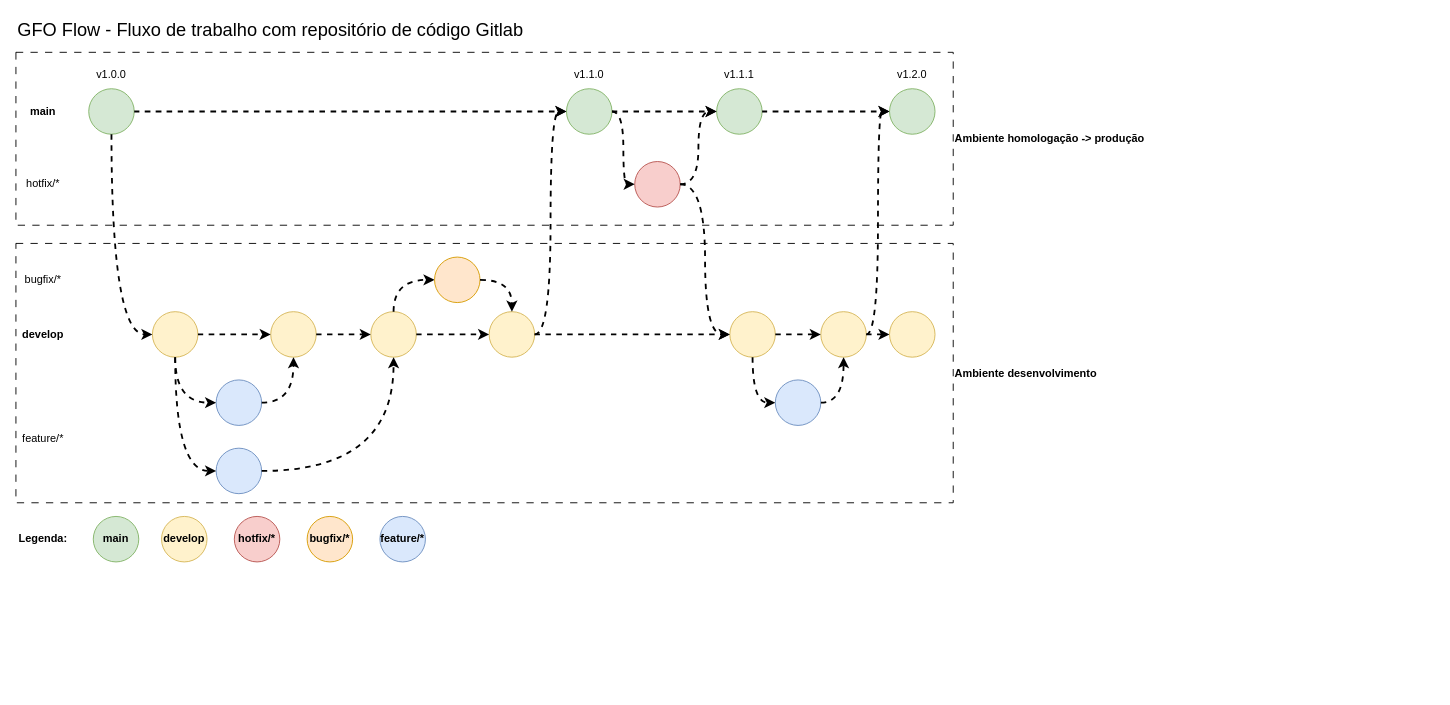
vitorecdias/drawio keeps this draw.io diagram as drawio/definição do fluxo de trabalho git.drawio. Above is the earlier version. Source tidied: cells renumbered, new cells numbered last; positions are measured from the earlier drawing's top-left corner, leaving out a move shared by most shapes. Both pictures are drawn from the tidied source at 91%, with x=0, y=0 at pixel (15, 15).
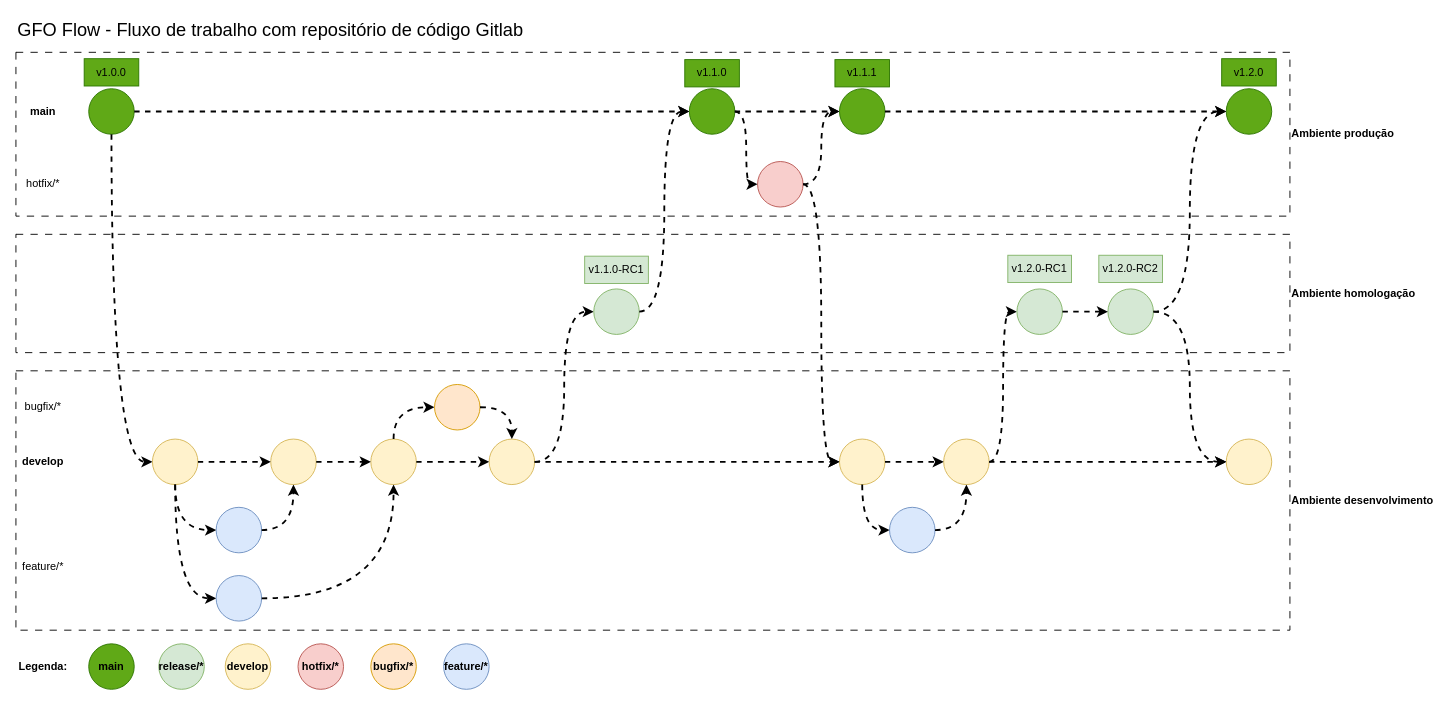
Above is the later version.

What changed in the source:
```diff
@@
+    <mxCell id="59" value="&lt;b&gt;Ambiente homologação&lt;/b&gt;" style="rounded=0;whiteSpace=wrap;html=1;fillColor=none;dashed=1;dashPattern=8 8;labelPosition=right;verticalLabelPosition=middle;align=left;verticalAlign=middle;" parent="1" vertex="1">
+      <mxGeometry y="240" width="1400" height="130" as="geometry" />
+    </mxCell>
-    <mxCell id="2" value="&lt;b&gt;Ambiente homologação -&amp;gt; produção&lt;/b&gt;" style="rounded=0;whiteSpace=wrap;html=1;fillColor=none;dashed=1;dashPattern=8 8;labelPosition=right;verticalLabelPosition=middle;align=left;verticalAlign=middle;" parent="1" vertex="1">
-      <mxGeometry y="40" width="1030" height="190" as="geometry" />
+    <mxCell id="2" value="&lt;b&gt;Ambiente produção&lt;/b&gt;" style="rounded=0;whiteSpace=wrap;html=1;fillColor=none;dashed=1;dashPattern=8 8;labelPosition=right;verticalLabelPosition=middle;align=left;verticalAlign=middle;" parent="1" vertex="1">
+      <mxGeometry y="40" width="1400" height="180" as="geometry" />
     </mxCell>
     <mxCell id="3" value="&lt;b&gt;Ambiente desenvolvimento&lt;/b&gt;" style="rounded=0;whiteSpace=wrap;html=1;fillColor=none;dashed=1;dashPattern=8 8;labelPosition=right;verticalLabelPosition=middle;align=left;verticalAlign=middle;" parent="1" vertex="1">
-      <mxGeometry y="250" width="1030" height="285" as="geometry" />
+      <mxGeometry y="390" width="1400" height="285" as="geometry" />
     </mxCell>
-    <mxCell id="4" style="ellipse;whiteSpace=wrap;html=1;fillColor=#d5e8d4;strokeColor=#82b366;" parent="1" vertex="1">
+    <mxCell id="4" style="ellipse;whiteSpace=wrap;html=1;fillColor=#60a917;strokeColor=#2D7600;fontColor=#ffffff;" parent="1" vertex="1">
       <mxGeometry x="80" y="80" width="50" height="50" as="geometry" />
     </mxCell>
     <mxCell id="5" style="ellipse;whiteSpace=wrap;html=1;fillColor=#fff2cc;strokeColor=#d6b656;" parent="1" vertex="1">
-      <mxGeometry x="150" y="325" width="50" height="50" as="geometry" />
+      <mxGeometry x="150" y="465" width="50" height="50" as="geometry" />
     </mxCell>
@@
     <mxCell id="7" value="&lt;b&gt;develop&lt;/b&gt;" style="text;html=1;align=center;verticalAlign=middle;whiteSpace=wrap;rounded=0;" parent="1" vertex="1">
-      <mxGeometry y="335" width="60" height="30" as="geometry" />
+      <mxGeometry y="475" width="60" height="30" as="geometry" />
     </mxCell>
@@
     <mxCell id="9" style="ellipse;whiteSpace=wrap;html=1;fillColor=#dae8fc;strokeColor=#6c8ebf;" parent="1" vertex="1">
-      <mxGeometry x="220" y="400" width="50" height="50" as="geometry" />
+      <mxGeometry x="220" y="540" width="50" height="50" as="geometry" />
     </mxCell>
     <mxCell id="10" value="feature/*" style="text;html=1;align=center;verticalAlign=middle;whiteSpace=wrap;rounded=0;" parent="1" vertex="1">
-      <mxGeometry y="450" width="60" height="30" as="geometry" />
+      <mxGeometry y="590" width="60" height="30" as="geometry" />
     </mxCell>
@@
     <mxCell id="12" style="ellipse;whiteSpace=wrap;html=1;fillColor=#dae8fc;strokeColor=#6c8ebf;" parent="1" vertex="1">
-      <mxGeometry x="220" y="475" width="50" height="50" as="geometry" />
+      <mxGeometry x="220" y="615" width="50" height="50" as="geometry" />
     </mxCell>
@@
     <mxCell id="14" style="ellipse;whiteSpace=wrap;html=1;fillColor=#fff2cc;strokeColor=#d6b656;" parent="1" vertex="1">
-      <mxGeometry x="280" y="325" width="50" height="50" as="geometry" />
+      <mxGeometry x="280" y="465" width="50" height="50" as="geometry" />
     </mxCell>
@@
     <mxCell id="17" style="ellipse;whiteSpace=wrap;html=1;fillColor=#fff2cc;strokeColor=#d6b656;" parent="1" vertex="1">
-      <mxGeometry x="390" y="325" width="50" height="50" as="geometry" />
+      <mxGeometry x="390" y="465" width="50" height="50" as="geometry" />
     </mxCell>
@@
     <mxCell id="20" style="ellipse;whiteSpace=wrap;html=1;fillColor=#fff2cc;strokeColor=#d6b656;" parent="1" vertex="1">
-      <mxGeometry x="784.5" y="325" width="50" height="50" as="geometry" />
+      <mxGeometry x="905" y="465" width="50" height="50" as="geometry" />
     </mxCell>
@@
     <mxCell id="22" style="ellipse;whiteSpace=wrap;html=1;fillColor=#ffe6cc;strokeColor=#d79b00;" parent="1" vertex="1">
-      <mxGeometry x="460" y="265" width="50" height="50" as="geometry" />
+      <mxGeometry x="460" y="405" width="50" height="50" as="geometry" />
     </mxCell>
     <mxCell id="23" value="bugfix/*" style="text;html=1;align=center;verticalAlign=middle;whiteSpace=wrap;rounded=0;" parent="1" vertex="1">
-      <mxGeometry y="275" width="60" height="30" as="geometry" />
+      <mxGeometry y="415" width="60" height="30" as="geometry" />
     </mxCell>
     <mxCell id="24" style="ellipse;whiteSpace=wrap;html=1;fillColor=#f8cecc;strokeColor=#b85450;" parent="1" vertex="1">
-      <mxGeometry x="680" y="160" width="50" height="50" as="geometry" />
+      <mxGeometry x="815" y="160" width="50" height="50" as="geometry" />
     </mxCell>
@@
-    <mxCell id="26" style="ellipse;whiteSpace=wrap;html=1;fillColor=#d5e8d4;strokeColor=#82b366;" parent="1" vertex="1">
-      <mxGeometry x="770" y="80" width="50" height="50" as="geometry" />
+    <mxCell id="26" style="ellipse;whiteSpace=wrap;html=1;fillColor=#60a917;strokeColor=#2D7600;fontColor=#ffffff;" parent="1" vertex="1">
+      <mxGeometry x="905" y="80" width="50" height="50" as="geometry" />
     </mxCell>
@@
-    <mxCell id="28" style="ellipse;whiteSpace=wrap;html=1;fillColor=#d5e8d4;strokeColor=#82b366;" parent="1" vertex="1">
-      <mxGeometry x="960" y="80" width="50" height="50" as="geometry" />
+    <mxCell id="28" style="ellipse;whiteSpace=wrap;html=1;fillColor=#60a917;strokeColor=#2D7600;fontColor=#ffffff;" parent="1" vertex="1">
+      <mxGeometry x="1330" y="80" width="50" height="50" as="geometry" />
     </mxCell>
     <mxCell id="29" style="ellipse;whiteSpace=wrap;html=1;fillColor=#fff2cc;strokeColor=#d6b656;" parent="1" vertex="1">
-      <mxGeometry x="884.5" y="325" width="50" height="50" as="geometry" />
+      <mxGeometry x="1019.5" y="465" width="50" height="50" as="geometry" />
     </mxCell>
-    <mxCell id="30" value="v1.0.0" style="text;html=1;align=center;verticalAlign=middle;whiteSpace=wrap;rounded=0;" parent="1" vertex="1">
-      <mxGeometry x="75" y="50" width="60" height="30" as="geometry" />
+    <mxCell id="30" value="v1.0.0" style="text;html=1;align=center;verticalAlign=middle;whiteSpace=wrap;rounded=0;strokeColor=#2D7600;fillColor=#60a917;fontColor=#000000;" parent="1" vertex="1">
+      <mxGeometry x="75" y="47" width="60" height="30" as="geometry" />
     </mxCell>
-    <mxCell id="31" value="v1.1.0" style="text;html=1;align=center;verticalAlign=middle;whiteSpace=wrap;rounded=0;" parent="1" vertex="1">
-      <mxGeometry x="600" y="50" width="60" height="30" as="geometry" />
+    <mxCell id="31" value="v1.1.0" style="text;html=1;align=center;verticalAlign=middle;whiteSpace=wrap;rounded=0;strokeColor=#2D7600;fillColor=#60a917;fontColor=#000000;" parent="1" vertex="1">
+      <mxGeometry x="735" y="48" width="60" height="30" as="geometry" />
     </mxCell>
-    <mxCell id="32" style="endArrow=classic;html=1;rounded=0;exitX=1;exitY=0.5;exitDx=0;exitDy=0;edgeStyle=orthogonalEdgeStyle;curved=1;strokeWidth=2;dashed=1;entryX=0;entryY=0.5;entryDx=0;entryDy=0;" parent="1" edge="1" source="29" target="28">
+    <mxCell id="32" style="endArrow=classic;html=1;rounded=0;exitX=1;exitY=0.5;exitDx=0;exitDy=0;edgeStyle=orthogonalEdgeStyle;curved=1;strokeWidth=2;dashed=1;entryX=0;entryY=0.5;entryDx=0;entryDy=0;" parent="1" edge="1" source="29" target="64">
       <mxGeometry relative="1" as="geometry" />
     </mxCell>
-    <mxCell id="33" style="ellipse;whiteSpace=wrap;html=1;fillColor=#d5e8d4;strokeColor=#82b366;" parent="1" vertex="1">
-      <mxGeometry x="605" y="80" width="50" height="50" as="geometry" />
+    <mxCell id="33" style="ellipse;whiteSpace=wrap;html=1;fillColor=#60a917;strokeColor=#2D7600;fontColor=#ffffff;" parent="1" vertex="1">
+      <mxGeometry x="740" y="80" width="50" height="50" as="geometry" />
     </mxCell>
     <mxCell id="34" style="ellipse;whiteSpace=wrap;html=1;fillColor=#fff2cc;strokeColor=#d6b656;" parent="1" vertex="1">
-      <mxGeometry x="520" y="325" width="50" height="50" as="geometry" />
+      <mxGeometry x="520" y="465" width="50" height="50" as="geometry" />
     </mxCell>
@@
-    <mxCell id="36" style="endArrow=classic;html=1;rounded=0;exitX=1;exitY=0.5;exitDx=0;exitDy=0;edgeStyle=orthogonalEdgeStyle;curved=1;strokeWidth=2;dashed=1;entryX=0;entryY=0.5;entryDx=0;entryDy=0;" parent="1" edge="1" source="34" target="33">
+    <mxCell id="36" style="endArrow=classic;html=1;rounded=0;exitX=1;exitY=0.5;exitDx=0;exitDy=0;edgeStyle=orthogonalEdgeStyle;curved=1;strokeWidth=2;dashed=1;entryX=0;entryY=0.5;entryDx=0;entryDy=0;" parent="1" edge="1" source="34" target="60">
       <mxGeometry relative="1" as="geometry" />
     </mxCell>
-    <mxCell id="37" value="v1.1.1" style="text;html=1;align=center;verticalAlign=middle;whiteSpace=wrap;rounded=0;" parent="1" vertex="1">
-      <mxGeometry x="765" y="50" width="60" height="30" as="geometry" />
+    <mxCell id="37" value="v1.1.1" style="text;html=1;align=center;verticalAlign=middle;whiteSpace=wrap;rounded=0;strokeColor=#2D7600;fillColor=#60a917;fontColor=#000000;" parent="1" vertex="1">
+      <mxGeometry x="900" y="48" width="60" height="30" as="geometry" />
     </mxCell>
@@
     <mxCell id="41" style="ellipse;whiteSpace=wrap;html=1;fillColor=#dae8fc;strokeColor=#6c8ebf;" parent="1" vertex="1">
-      <mxGeometry x="834.5" y="400" width="50" height="50" as="geometry" />
+      <mxGeometry x="960" y="540" width="50" height="50" as="geometry" />
     </mxCell>
@@
-    <mxCell id="44" value="v1.2.0" style="text;html=1;align=center;verticalAlign=middle;whiteSpace=wrap;rounded=0;" parent="1" vertex="1">
-      <mxGeometry x="955" y="50" width="60" height="30" as="geometry" />
+    <mxCell id="44" value="v1.2.0" style="text;html=1;align=center;verticalAlign=middle;whiteSpace=wrap;rounded=0;strokeColor=#2D7600;fillColor=#60a917;fontColor=#000000;" parent="1" vertex="1">
+      <mxGeometry x="1325" y="47" width="60" height="30" as="geometry" />
     </mxCell>
@@
-    <mxCell id="50" value="&lt;b&gt;main&lt;/b&gt;" style="ellipse;whiteSpace=wrap;html=1;fillColor=#d5e8d4;strokeColor=#82b366;" parent="1" vertex="1">
-      <mxGeometry x="85" y="550" width="50" height="50" as="geometry" />
+    <mxCell id="50" value="&lt;b&gt;release/*&lt;/b&gt;" style="ellipse;whiteSpace=wrap;html=1;fillColor=#d5e8d4;strokeColor=#82b366;" parent="1" vertex="1">
+      <mxGeometry x="157" y="690" width="50" height="50" as="geometry" />
     </mxCell>
     <mxCell id="51" value="&lt;b&gt;hotfix/*&lt;/b&gt;" style="ellipse;whiteSpace=wrap;html=1;fillColor=#f8cecc;strokeColor=#b85450;" parent="1" vertex="1">
-      <mxGeometry x="240" y="550" width="50" height="50" as="geometry" />
+      <mxGeometry x="310" y="690" width="50" height="50" as="geometry" />
     </mxCell>
     <mxCell id="52" value="&lt;b&gt;develop&lt;/b&gt;" style="ellipse;whiteSpace=wrap;html=1;fillColor=#fff2cc;strokeColor=#d6b656;" parent="1" vertex="1">
-      <mxGeometry x="160" y="550" width="50" height="50" as="geometry" />
+      <mxGeometry x="230" y="690" width="50" height="50" as="geometry" />
     </mxCell>
     <mxCell id="53" value="&lt;b&gt;Legenda:&lt;/b&gt;" style="text;html=1;align=center;verticalAlign=middle;whiteSpace=wrap;rounded=0;" parent="1" vertex="1">
-      <mxGeometry y="560" width="60" height="30" as="geometry" />
+      <mxGeometry y="700" width="60" height="30" as="geometry" />
     </mxCell>
     <mxCell id="54" value="&lt;b&gt;bugfix/*&lt;/b&gt;" style="ellipse;whiteSpace=wrap;html=1;fillColor=#ffe6cc;strokeColor=#d79b00;" parent="1" vertex="1">
-      <mxGeometry x="320" y="550" width="50" height="50" as="geometry" />
+      <mxGeometry x="390" y="690" width="50" height="50" as="geometry" />
     </mxCell>
     <mxCell id="55" value="&lt;b&gt;feature/*&lt;/b&gt;" style="ellipse;whiteSpace=wrap;html=1;fillColor=#dae8fc;strokeColor=#6c8ebf;" parent="1" vertex="1">
-      <mxGeometry x="400" y="550" width="50" height="50" as="geometry" />
+      <mxGeometry x="470" y="690" width="50" height="50" as="geometry" />
     </mxCell>
     <mxCell id="56" style="ellipse;whiteSpace=wrap;html=1;fillColor=#fff2cc;strokeColor=#d6b656;" parent="1" vertex="1">
-      <mxGeometry x="960" y="325" width="50" height="50" as="geometry" />
+      <mxGeometry x="1330" y="465" width="50" height="50" as="geometry" />
     </mxCell>
@@
+    <mxCell id="60" style="ellipse;whiteSpace=wrap;html=1;fillColor=#d5e8d4;strokeColor=#82b366;" parent="1" vertex="1">
+      <mxGeometry x="635" y="300" width="50" height="50" as="geometry" />
+    </mxCell>
+    <mxCell id="61" style="endArrow=classic;html=1;rounded=0;exitX=1;exitY=0.5;exitDx=0;exitDy=0;edgeStyle=orthogonalEdgeStyle;curved=1;strokeWidth=2;dashed=1;entryX=0;entryY=0.5;entryDx=0;entryDy=0;" parent="1" edge="1" source="60" target="33">
+      <mxGeometry relative="1" as="geometry" />
+    </mxCell>
+    <mxCell id="62" value="&lt;b&gt;main&lt;/b&gt;" style="ellipse;whiteSpace=wrap;html=1;fillColor=#60a917;strokeColor=#2D7600;fontColor=light-dark(#000000, #121212);" parent="1" vertex="1">
+      <mxGeometry x="80" y="690" width="50" height="50" as="geometry" />
+    </mxCell>
+    <mxCell id="63" value="v1.1.0-RC1" style="text;html=1;align=center;verticalAlign=middle;whiteSpace=wrap;rounded=0;strokeColor=#82b366;fillColor=#d5e8d4;" parent="1" vertex="1">
+      <mxGeometry x="625" y="264" width="70" height="30" as="geometry" />
+    </mxCell>
+    <mxCell id="64" style="ellipse;whiteSpace=wrap;html=1;fillColor=#d5e8d4;strokeColor=#82b366;" parent="1" vertex="1">
+      <mxGeometry x="1100" y="300" width="50" height="50" as="geometry" />
+    </mxCell>
+    <mxCell id="65" value="v1.2.0-RC1" style="text;html=1;align=center;verticalAlign=middle;whiteSpace=wrap;rounded=0;strokeColor=#82b366;fillColor=#d5e8d4;" parent="1" vertex="1">
+      <mxGeometry x="1090" y="263" width="70" height="30" as="geometry" />
+    </mxCell>
+    <mxCell id="66" style="ellipse;whiteSpace=wrap;html=1;fillColor=#d5e8d4;strokeColor=#82b366;" parent="1" vertex="1">
+      <mxGeometry x="1200" y="300" width="50" height="50" as="geometry" />
+    </mxCell>
+    <mxCell id="67" value="v1.2.0-RC2" style="text;html=1;align=center;verticalAlign=middle;whiteSpace=wrap;rounded=0;strokeColor=#82b366;fillColor=#d5e8d4;" parent="1" vertex="1">
+      <mxGeometry x="1190" y="263" width="70" height="30" as="geometry" />
+    </mxCell>
+    <mxCell id="68" style="endArrow=classic;html=1;rounded=0;exitX=1;exitY=0.5;exitDx=0;exitDy=0;edgeStyle=orthogonalEdgeStyle;curved=1;strokeWidth=2;dashed=1;entryX=0;entryY=0.5;entryDx=0;entryDy=0;" parent="1" edge="1" source="64" target="66">
+      <mxGeometry relative="1" as="geometry" />
+    </mxCell>
+    <mxCell id="69" style="endArrow=classic;html=1;rounded=0;exitX=1;exitY=0.5;exitDx=0;exitDy=0;edgeStyle=orthogonalEdgeStyle;curved=1;strokeWidth=2;dashed=1;entryX=0;entryY=0.5;entryDx=0;entryDy=0;" parent="1" edge="1" source="66" target="28">
+      <mxGeometry relative="1" as="geometry" />
+    </mxCell>
+    <mxCell id="70" style="endArrow=classic;html=1;rounded=0;exitX=1;exitY=0.5;exitDx=0;exitDy=0;edgeStyle=orthogonalEdgeStyle;curved=1;strokeWidth=2;dashed=1;entryX=0;entryY=0.5;entryDx=0;entryDy=0;" parent="1" edge="1" source="66" target="56">
+      <mxGeometry relative="1" as="geometry" />
+    </mxCell>
```
